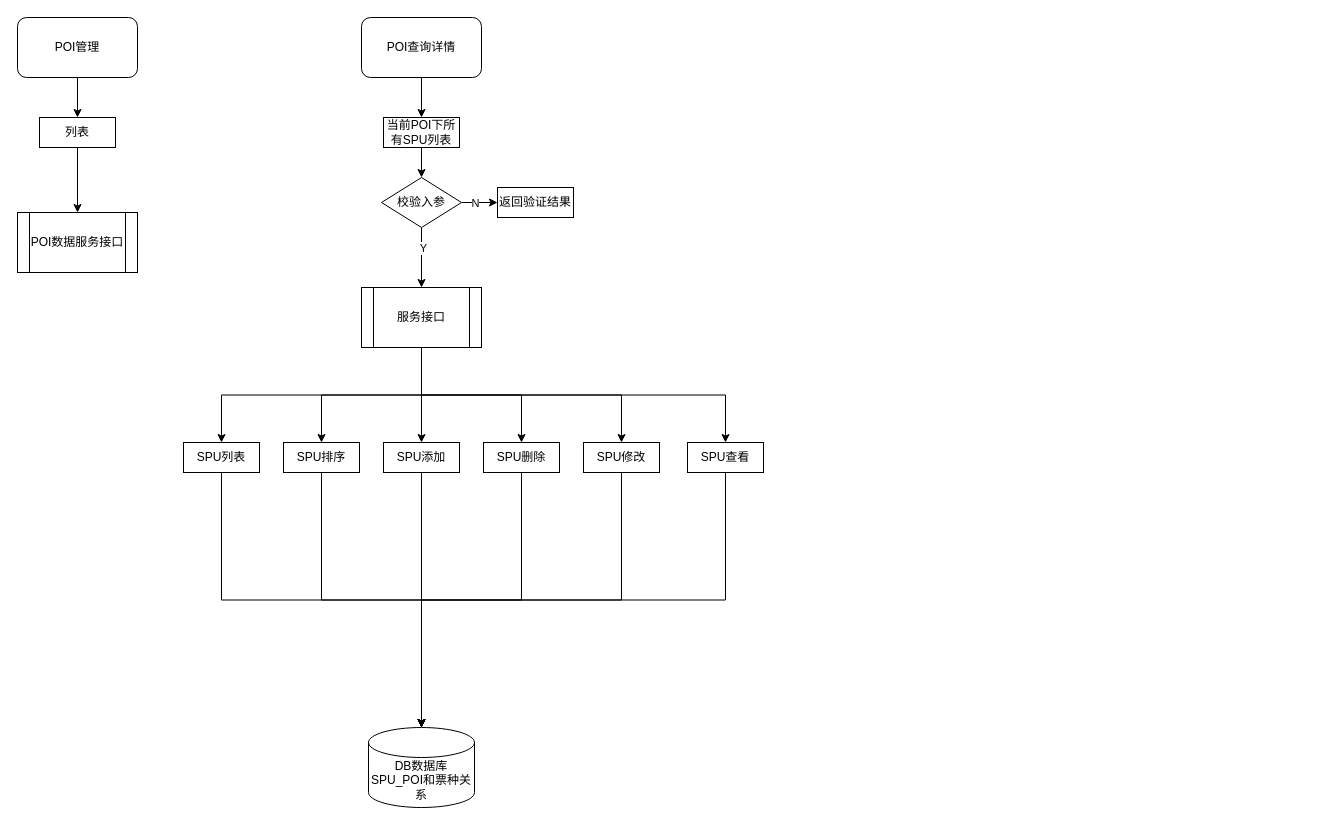
The draw.io diagram page "POI管理" (2 of 2) of tour-product.drawio in liqiang0113/Project, before the edit. Source tidied: cells renumbered, new cells numbered last; positions are measured from the earlier drawing's top-left corner, leaving out a move shared by most shapes. Both pictures are drawn from the tidied source at 100%, with x=0, y=0 at pixel (17, 17).
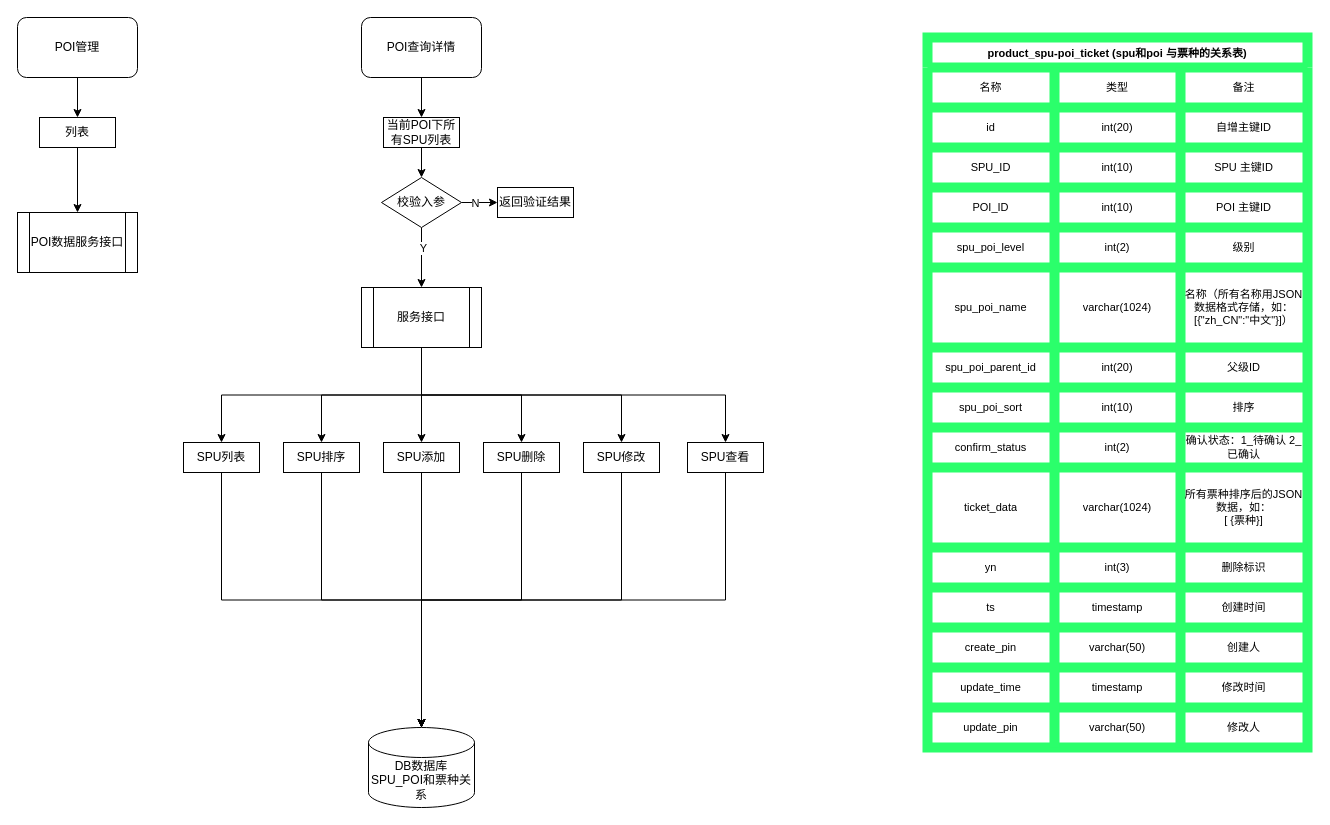
Above is the later version.

What changed in the source:
```diff
@@
+    <mxCell id="37" value="product_spu-poi_ticket (spu和poi 与票种的关系表)" style="shape=table;startSize=30;childLayout=tableLayout;fontStyle=1;align=center;shadow=0;sketch=0;fontFamily=Helvetica;fontSize=11;strokeColor=#2BFF6B;strokeWidth=10;fillColor=none;gradientColor=none;" parent="1" vertex="1">
+      <mxGeometry x="910" y="20" width="380" height="710" as="geometry" />
+    </mxCell>
+    <mxCell id="38" style="shape=tableRow;horizontal=0;startSize=0;swimlaneHead=0;swimlaneBody=0;top=0;left=0;bottom=0;right=0;fillColor=none;shadow=0;sketch=0;fontFamily=Helvetica;fontSize=11;strokeColor=#FFCCE6;strokeWidth=10;" parent="37" vertex="1">
+      <mxGeometry y="30" width="380" height="40" as="geometry" />
+    </mxCell>
+    <mxCell id="39" value="名称" style="shape=partialRectangle;html=1;whiteSpace=wrap;fillColor=none;top=0;left=0;bottom=0;right=0;overflow=hidden;shadow=0;sketch=0;fontFamily=Helvetica;fontSize=11;strokeColor=#FFCCE6;strokeWidth=10;" parent="38" vertex="1">
+      <mxGeometry width="127" height="40" as="geometry" />
+    </mxCell>
+    <mxCell id="40" value="类型" style="shape=partialRectangle;html=1;whiteSpace=wrap;fillColor=none;top=0;left=0;bottom=0;right=0;overflow=hidden;shadow=0;sketch=0;fontFamily=Helvetica;fontSize=11;strokeColor=#FFCCE6;strokeWidth=10;" parent="38" vertex="1">
+      <mxGeometry x="127" width="126" height="40" as="geometry" />
+    </mxCell>
+    <mxCell id="41" value="备注" style="shape=partialRectangle;html=1;whiteSpace=wrap;fillColor=none;top=0;left=0;bottom=0;right=0;overflow=hidden;shadow=0;sketch=0;fontFamily=Helvetica;fontSize=11;strokeColor=#FFCCE6;strokeWidth=10;" parent="38" vertex="1">
+      <mxGeometry x="253" width="127" height="40" as="geometry" />
+    </mxCell>
+    <mxCell id="42" style="shape=tableRow;horizontal=0;startSize=0;swimlaneHead=0;swimlaneBody=0;top=0;left=0;bottom=0;right=0;fillColor=none;shadow=0;sketch=0;fontFamily=Helvetica;fontSize=11;strokeColor=#FFCCE6;strokeWidth=10;" parent="37" vertex="1">
+      <mxGeometry y="70" width="380" height="40" as="geometry" />
+    </mxCell>
+    <mxCell id="43" value="id" style="shape=partialRectangle;html=1;whiteSpace=wrap;fillColor=none;top=0;left=0;bottom=0;right=0;overflow=hidden;shadow=0;sketch=0;fontFamily=Helvetica;fontSize=11;strokeColor=#FFCCE6;strokeWidth=10;" parent="42" vertex="1">
+      <mxGeometry width="127" height="40" as="geometry" />
+    </mxCell>
+    <mxCell id="44" value="int(20)" style="shape=partialRectangle;html=1;whiteSpace=wrap;fillColor=none;top=0;left=0;bottom=0;right=0;overflow=hidden;shadow=0;sketch=0;fontFamily=Helvetica;fontSize=11;strokeColor=#FFCCE6;strokeWidth=10;" parent="42" vertex="1">
+      <mxGeometry x="127" width="126" height="40" as="geometry" />
+    </mxCell>
+    <mxCell id="45" value="自增主键ID" style="shape=partialRectangle;html=1;whiteSpace=wrap;fillColor=none;top=0;left=0;bottom=0;right=0;overflow=hidden;shadow=0;sketch=0;fontFamily=Helvetica;fontSize=11;strokeColor=#FFCCE6;strokeWidth=10;" parent="42" vertex="1">
+      <mxGeometry x="253" width="127" height="40" as="geometry" />
+    </mxCell>
+    <mxCell id="46" style="shape=tableRow;horizontal=0;startSize=0;swimlaneHead=0;swimlaneBody=0;top=0;left=0;bottom=0;right=0;fillColor=none;shadow=0;sketch=0;fontFamily=Helvetica;fontSize=11;strokeColor=#FFCCE6;strokeWidth=10;" parent="37" vertex="1">
+      <mxGeometry y="110" width="380" height="40" as="geometry" />
+    </mxCell>
+    <mxCell id="47" value="SPU_ID" style="shape=partialRectangle;html=1;whiteSpace=wrap;fillColor=none;top=0;left=0;bottom=0;right=0;overflow=hidden;shadow=0;sketch=0;fontFamily=Helvetica;fontSize=11;strokeColor=#FFCCE6;strokeWidth=10;" parent="46" vertex="1">
+      <mxGeometry width="127" height="40" as="geometry" />
+    </mxCell>
+    <mxCell id="48" value="int(10)" style="shape=partialRectangle;html=1;whiteSpace=wrap;fillColor=none;top=0;left=0;bottom=0;right=0;overflow=hidden;shadow=0;sketch=0;fontFamily=Helvetica;fontSize=11;strokeColor=#FFCCE6;strokeWidth=10;" parent="46" vertex="1">
+      <mxGeometry x="127" width="126" height="40" as="geometry" />
+    </mxCell>
+    <mxCell id="49" value="SPU 主键ID" style="shape=partialRectangle;html=1;whiteSpace=wrap;fillColor=none;top=0;left=0;bottom=0;right=0;overflow=hidden;shadow=0;sketch=0;fontFamily=Helvetica;fontSize=11;strokeColor=#FFCCE6;strokeWidth=10;" parent="46" vertex="1">
+      <mxGeometry x="253" width="127" height="40" as="geometry" />
+    </mxCell>
+    <mxCell id="50" style="shape=tableRow;horizontal=0;startSize=0;swimlaneHead=0;swimlaneBody=0;top=0;left=0;bottom=0;right=0;fillColor=none;shadow=0;sketch=0;fontFamily=Helvetica;fontSize=11;strokeColor=#FFCCE6;strokeWidth=10;" parent="37" vertex="1">
+      <mxGeometry y="150" width="380" height="40" as="geometry" />
+    </mxCell>
+    <mxCell id="51" value="POI_ID" style="shape=partialRectangle;html=1;whiteSpace=wrap;fillColor=none;top=0;left=0;bottom=0;right=0;overflow=hidden;shadow=0;sketch=0;fontFamily=Helvetica;fontSize=11;strokeColor=#FFCCE6;strokeWidth=10;" parent="50" vertex="1">
+      <mxGeometry width="127" height="40" as="geometry" />
+    </mxCell>
+    <mxCell id="52" value="int(10)" style="shape=partialRectangle;html=1;whiteSpace=wrap;fillColor=none;top=0;left=0;bottom=0;right=0;overflow=hidden;shadow=0;sketch=0;fontFamily=Helvetica;fontSize=11;strokeColor=#FFCCE6;strokeWidth=10;" parent="50" vertex="1">
+      <mxGeometry x="127" width="126" height="40" as="geometry" />
+    </mxCell>
+    <mxCell id="53" value="POI 主键ID" style="shape=partialRectangle;html=1;whiteSpace=wrap;fillColor=none;top=0;left=0;bottom=0;right=0;overflow=hidden;shadow=0;sketch=0;fontFamily=Helvetica;fontSize=11;strokeColor=#FFCCE6;strokeWidth=10;" parent="50" vertex="1">
+      <mxGeometry x="253" width="127" height="40" as="geometry" />
+    </mxCell>
+    <mxCell id="54" style="shape=tableRow;horizontal=0;startSize=0;swimlaneHead=0;swimlaneBody=0;top=0;left=0;bottom=0;right=0;fillColor=none;shadow=0;sketch=0;fontFamily=Helvetica;fontSize=11;strokeColor=#FFCCE6;strokeWidth=10;" parent="37" vertex="1">
+      <mxGeometry y="190" width="380" height="40" as="geometry" />
+    </mxCell>
+    <mxCell id="55" value="spu_poi_level" style="shape=partialRectangle;html=1;whiteSpace=wrap;fillColor=none;top=0;left=0;bottom=0;right=0;overflow=hidden;shadow=0;sketch=0;fontFamily=Helvetica;fontSize=11;strokeColor=#FFCCE6;strokeWidth=10;" parent="54" vertex="1">
+      <mxGeometry width="127" height="40" as="geometry" />
+    </mxCell>
+    <mxCell id="56" value="int(2)" style="shape=partialRectangle;html=1;whiteSpace=wrap;fillColor=none;top=0;left=0;bottom=0;right=0;overflow=hidden;shadow=0;sketch=0;fontFamily=Helvetica;fontSize=11;strokeColor=#FFCCE6;strokeWidth=10;" parent="54" vertex="1">
+      <mxGeometry x="127" width="126" height="40" as="geometry" />
+    </mxCell>
+    <mxCell id="57" value="级别" style="shape=partialRectangle;html=1;whiteSpace=wrap;fillColor=none;top=0;left=0;bottom=0;right=0;overflow=hidden;shadow=0;sketch=0;fontFamily=Helvetica;fontSize=11;strokeColor=#FFCCE6;strokeWidth=10;" parent="54" vertex="1">
+      <mxGeometry x="253" width="127" height="40" as="geometry" />
+    </mxCell>
+    <mxCell id="58" style="shape=tableRow;horizontal=0;startSize=0;swimlaneHead=0;swimlaneBody=0;top=0;left=0;bottom=0;right=0;fillColor=none;shadow=0;sketch=0;fontFamily=Helvetica;fontSize=11;strokeColor=#FFCCE6;strokeWidth=10;" parent="37" vertex="1">
+      <mxGeometry y="230" width="380" height="80" as="geometry" />
+    </mxCell>
+    <mxCell id="59" value="spu_poi_name" style="shape=partialRectangle;html=1;whiteSpace=wrap;fillColor=none;top=0;left=0;bottom=0;right=0;overflow=hidden;shadow=0;sketch=0;fontFamily=Helvetica;fontSize=11;strokeColor=#FFCCE6;strokeWidth=10;" parent="58" vertex="1">
+      <mxGeometry width="127" height="80" as="geometry" />
+    </mxCell>
+    <mxCell id="60" value="varchar(1024)" style="shape=partialRectangle;html=1;whiteSpace=wrap;fillColor=none;top=0;left=0;bottom=0;right=0;overflow=hidden;shadow=0;sketch=0;fontFamily=Helvetica;fontSize=11;strokeColor=#FFCCE6;strokeWidth=10;" parent="58" vertex="1">
+      <mxGeometry x="127" width="126" height="80" as="geometry" />
+    </mxCell>
+    <mxCell id="61" value="名称（所有名称用JSON数据格式存储，如：[{&quot;zh_CN&quot;:&quot;中文&quot;}]）" style="shape=partialRectangle;html=1;whiteSpace=wrap;fillColor=none;top=0;left=0;bottom=0;right=0;overflow=hidden;shadow=0;sketch=0;fontFamily=Helvetica;fontSize=11;strokeColor=#FFCCE6;strokeWidth=10;" parent="58" vertex="1">
+      <mxGeometry x="253" width="127" height="80" as="geometry" />
+    </mxCell>
+    <mxCell id="62" style="shape=tableRow;horizontal=0;startSize=0;swimlaneHead=0;swimlaneBody=0;top=0;left=0;bottom=0;right=0;fillColor=none;shadow=0;sketch=0;fontFamily=Helvetica;fontSize=11;strokeColor=#FFCCE6;strokeWidth=10;" parent="37" vertex="1">
+      <mxGeometry y="310" width="380" height="40" as="geometry" />
+    </mxCell>
+    <mxCell id="63" value="spu_poi_parent_id" style="shape=partialRectangle;html=1;whiteSpace=wrap;fillColor=none;top=0;left=0;bottom=0;right=0;overflow=hidden;shadow=0;sketch=0;fontFamily=Helvetica;fontSize=11;strokeColor=#FFCCE6;strokeWidth=10;" parent="62" vertex="1">
+      <mxGeometry width="127" height="40" as="geometry" />
+    </mxCell>
+    <mxCell id="64" value="int(20)" style="shape=partialRectangle;html=1;whiteSpace=wrap;fillColor=none;top=0;left=0;bottom=0;right=0;overflow=hidden;shadow=0;sketch=0;fontFamily=Helvetica;fontSize=11;strokeColor=#FFCCE6;strokeWidth=10;" parent="62" vertex="1">
+      <mxGeometry x="127" width="126" height="40" as="geometry" />
+    </mxCell>
+    <mxCell id="65" value="父级ID" style="shape=partialRectangle;html=1;whiteSpace=wrap;fillColor=none;top=0;left=0;bottom=0;right=0;overflow=hidden;shadow=0;sketch=0;fontFamily=Helvetica;fontSize=11;strokeColor=#FFCCE6;strokeWidth=10;" parent="62" vertex="1">
+      <mxGeometry x="253" width="127" height="40" as="geometry" />
+    </mxCell>
+    <mxCell id="66" style="shape=tableRow;horizontal=0;startSize=0;swimlaneHead=0;swimlaneBody=0;top=0;left=0;bottom=0;right=0;fillColor=none;shadow=0;sketch=0;fontFamily=Helvetica;fontSize=11;strokeColor=#FFCCE6;strokeWidth=10;" parent="37" vertex="1">
+      <mxGeometry y="350" width="380" height="40" as="geometry" />
+    </mxCell>
+    <mxCell id="67" value="spu_poi_sort" style="shape=partialRectangle;html=1;whiteSpace=wrap;fillColor=none;top=0;left=0;bottom=0;right=0;overflow=hidden;shadow=0;sketch=0;fontFamily=Helvetica;fontSize=11;strokeColor=#FFCCE6;strokeWidth=10;" parent="66" vertex="1">
+      <mxGeometry width="127" height="40" as="geometry" />
+    </mxCell>
+    <mxCell id="68" value="int(10)" style="shape=partialRectangle;html=1;whiteSpace=wrap;fillColor=none;top=0;left=0;bottom=0;right=0;overflow=hidden;shadow=0;sketch=0;fontFamily=Helvetica;fontSize=11;strokeColor=#FFCCE6;strokeWidth=10;" parent="66" vertex="1">
+      <mxGeometry x="127" width="126" height="40" as="geometry" />
+    </mxCell>
+    <mxCell id="69" value="排序" style="shape=partialRectangle;html=1;whiteSpace=wrap;fillColor=none;top=0;left=0;bottom=0;right=0;overflow=hidden;shadow=0;sketch=0;fontFamily=Helvetica;fontSize=11;strokeColor=#FFCCE6;strokeWidth=10;" parent="66" vertex="1">
+      <mxGeometry x="253" width="127" height="40" as="geometry" />
+    </mxCell>
+    <mxCell id="70" style="shape=tableRow;horizontal=0;startSize=0;swimlaneHead=0;swimlaneBody=0;top=0;left=0;bottom=0;right=0;fillColor=none;shadow=0;sketch=0;fontFamily=Helvetica;fontSize=11;strokeColor=#FFCCE6;strokeWidth=10;" parent="37" vertex="1">
+      <mxGeometry y="390" width="380" height="40" as="geometry" />
+    </mxCell>
+    <mxCell id="71" value="&lt;span style=&quot;font-size: 11px;&quot;&gt;confirm_status&lt;/span&gt;" style="shape=partialRectangle;html=1;whiteSpace=wrap;fillColor=none;top=0;left=0;bottom=0;right=0;overflow=hidden;shadow=0;sketch=0;fontFamily=Helvetica;fontSize=11;strokeColor=#FFCCE6;strokeWidth=10;" parent="70" vertex="1">
+      <mxGeometry width="127" height="40" as="geometry" />
+    </mxCell>
+    <mxCell id="72" value="int(2)" style="shape=partialRectangle;html=1;whiteSpace=wrap;fillColor=none;top=0;left=0;bottom=0;right=0;overflow=hidden;shadow=0;sketch=0;fontFamily=Helvetica;fontSize=11;strokeColor=#FFCCE6;strokeWidth=10;" parent="70" vertex="1">
+      <mxGeometry x="127" width="126" height="40" as="geometry" />
+    </mxCell>
+    <mxCell id="73" value="确认状态：1_待确认 2_已确认" style="shape=partialRectangle;html=1;whiteSpace=wrap;fillColor=none;top=0;left=0;bottom=0;right=0;overflow=hidden;shadow=0;sketch=0;fontFamily=Helvetica;fontSize=11;strokeColor=#FFCCE6;strokeWidth=10;" parent="70" vertex="1">
+      <mxGeometry x="253" width="127" height="40" as="geometry" />
+    </mxCell>
+    <mxCell id="74" style="shape=tableRow;horizontal=0;startSize=0;swimlaneHead=0;swimlaneBody=0;top=0;left=0;bottom=0;right=0;fillColor=none;shadow=0;sketch=0;fontFamily=Helvetica;fontSize=11;strokeColor=#FFCCE6;strokeWidth=10;" parent="37" vertex="1">
+      <mxGeometry y="430" width="380" height="80" as="geometry" />
+    </mxCell>
+    <mxCell id="75" value="ticket_data" style="shape=partialRectangle;html=1;whiteSpace=wrap;fillColor=none;top=0;left=0;bottom=0;right=0;overflow=hidden;shadow=0;sketch=0;fontFamily=Helvetica;fontSize=11;strokeColor=#FFCCE6;strokeWidth=10;" parent="74" vertex="1">
+      <mxGeometry width="127" height="80" as="geometry" />
+    </mxCell>
+    <mxCell id="76" value="varchar(1024)" style="shape=partialRectangle;html=1;whiteSpace=wrap;fillColor=none;top=0;left=0;bottom=0;right=0;overflow=hidden;shadow=0;sketch=0;fontFamily=Helvetica;fontSize=11;strokeColor=#FFCCE6;strokeWidth=10;" parent="74" vertex="1">
+      <mxGeometry x="127" width="126" height="80" as="geometry" />
+    </mxCell>
+    <mxCell id="77" value="所有票种排序后的JSON数据，如：&lt;br&gt;[ {票种}]" style="shape=partialRectangle;html=1;whiteSpace=wrap;fillColor=none;top=0;left=0;bottom=0;right=0;overflow=hidden;shadow=0;sketch=0;fontFamily=Helvetica;fontSize=11;strokeColor=#FFCCE6;strokeWidth=10;" parent="74" vertex="1">
+      <mxGeometry x="253" width="127" height="80" as="geometry" />
+    </mxCell>
+    <mxCell id="78" style="shape=tableRow;horizontal=0;startSize=0;swimlaneHead=0;swimlaneBody=0;top=0;left=0;bottom=0;right=0;fillColor=none;shadow=0;sketch=0;fontFamily=Helvetica;fontSize=11;strokeColor=#FFCCE6;strokeWidth=10;" parent="37" vertex="1">
+      <mxGeometry y="510" width="380" height="40" as="geometry" />
+    </mxCell>
+    <mxCell id="79" value="yn" style="shape=partialRectangle;html=1;whiteSpace=wrap;fillColor=none;top=0;left=0;bottom=0;right=0;overflow=hidden;shadow=0;sketch=0;fontFamily=Helvetica;fontSize=11;strokeColor=#FFCCE6;strokeWidth=10;" parent="78" vertex="1">
+      <mxGeometry width="127" height="40" as="geometry" />
+    </mxCell>
+    <mxCell id="80" value="int(3)" style="shape=partialRectangle;html=1;whiteSpace=wrap;fillColor=none;top=0;left=0;bottom=0;right=0;overflow=hidden;shadow=0;sketch=0;fontFamily=Helvetica;fontSize=11;strokeColor=#FFCCE6;strokeWidth=10;" parent="78" vertex="1">
+      <mxGeometry x="127" width="126" height="40" as="geometry" />
+    </mxCell>
+    <mxCell id="81" value="删除标识" style="shape=partialRectangle;html=1;whiteSpace=wrap;fillColor=none;top=0;left=0;bottom=0;right=0;overflow=hidden;shadow=0;sketch=0;fontFamily=Helvetica;fontSize=11;strokeColor=#FFCCE6;strokeWidth=10;" parent="78" vertex="1">
+      <mxGeometry x="253" width="127" height="40" as="geometry" />
+    </mxCell>
+    <mxCell id="82" style="shape=tableRow;horizontal=0;startSize=0;swimlaneHead=0;swimlaneBody=0;top=0;left=0;bottom=0;right=0;fillColor=none;shadow=0;sketch=0;fontFamily=Helvetica;fontSize=11;strokeColor=#FFCCE6;strokeWidth=10;" parent="37" vertex="1">
+      <mxGeometry y="550" width="380" height="40" as="geometry" />
+    </mxCell>
+    <mxCell id="83" value="ts" style="shape=partialRectangle;html=1;whiteSpace=wrap;fillColor=none;top=0;left=0;bottom=0;right=0;overflow=hidden;shadow=0;sketch=0;fontFamily=Helvetica;fontSize=11;strokeColor=#FFCCE6;strokeWidth=10;" parent="82" vertex="1">
+      <mxGeometry width="127" height="40" as="geometry" />
+    </mxCell>
+    <mxCell id="84" value="timestamp" style="shape=partialRectangle;html=1;whiteSpace=wrap;fillColor=none;top=0;left=0;bottom=0;right=0;overflow=hidden;shadow=0;sketch=0;fontFamily=Helvetica;fontSize=11;strokeColor=#FFCCE6;strokeWidth=10;" parent="82" vertex="1">
+      <mxGeometry x="127" width="126" height="40" as="geometry" />
+    </mxCell>
+    <mxCell id="85" value="创建时间" style="shape=partialRectangle;html=1;whiteSpace=wrap;fillColor=none;top=0;left=0;bottom=0;right=0;overflow=hidden;shadow=0;sketch=0;fontFamily=Helvetica;fontSize=11;strokeColor=#FFCCE6;strokeWidth=10;" parent="82" vertex="1">
+      <mxGeometry x="253" width="127" height="40" as="geometry" />
+    </mxCell>
+    <mxCell id="86" style="shape=tableRow;horizontal=0;startSize=0;swimlaneHead=0;swimlaneBody=0;top=0;left=0;bottom=0;right=0;fillColor=none;shadow=0;sketch=0;fontFamily=Helvetica;fontSize=11;strokeColor=#FFCCE6;strokeWidth=10;" parent="37" vertex="1">
+      <mxGeometry y="590" width="380" height="40" as="geometry" />
+    </mxCell>
+    <mxCell id="87" value="create_pin" style="shape=partialRectangle;html=1;whiteSpace=wrap;fillColor=none;top=0;left=0;bottom=0;right=0;overflow=hidden;shadow=0;sketch=0;fontFamily=Helvetica;fontSize=11;strokeColor=#FFCCE6;strokeWidth=10;" parent="86" vertex="1">
+      <mxGeometry width="127" height="40" as="geometry" />
+    </mxCell>
+    <mxCell id="88" value="varchar(50)" style="shape=partialRectangle;html=1;whiteSpace=wrap;fillColor=none;top=0;left=0;bottom=0;right=0;overflow=hidden;shadow=0;sketch=0;fontFamily=Helvetica;fontSize=11;strokeColor=#FFCCE6;strokeWidth=10;" parent="86" vertex="1">
+      <mxGeometry x="127" width="126" height="40" as="geometry" />
+    </mxCell>
+    <mxCell id="89" value="创建人" style="shape=partialRectangle;html=1;whiteSpace=wrap;fillColor=none;top=0;left=0;bottom=0;right=0;overflow=hidden;shadow=0;sketch=0;fontFamily=Helvetica;fontSize=11;strokeColor=#FFCCE6;strokeWidth=10;" parent="86" vertex="1">
+      <mxGeometry x="253" width="127" height="40" as="geometry" />
+    </mxCell>
+    <mxCell id="90" style="shape=tableRow;horizontal=0;startSize=0;swimlaneHead=0;swimlaneBody=0;top=0;left=0;bottom=0;right=0;fillColor=none;shadow=0;sketch=0;fontFamily=Helvetica;fontSize=11;strokeColor=#FFCCE6;strokeWidth=10;" parent="37" vertex="1">
+      <mxGeometry y="630" width="380" height="40" as="geometry" />
+    </mxCell>
+    <mxCell id="91" value="update_time" style="shape=partialRectangle;html=1;whiteSpace=wrap;fillColor=none;top=0;left=0;bottom=0;right=0;overflow=hidden;shadow=0;sketch=0;fontFamily=Helvetica;fontSize=11;strokeColor=#FFCCE6;strokeWidth=10;" parent="90" vertex="1">
+      <mxGeometry width="127" height="40" as="geometry" />
+    </mxCell>
+    <mxCell id="92" value="timestamp" style="shape=partialRectangle;html=1;whiteSpace=wrap;fillColor=none;top=0;left=0;bottom=0;right=0;overflow=hidden;shadow=0;sketch=0;fontFamily=Helvetica;fontSize=11;strokeColor=#FFCCE6;strokeWidth=10;" parent="90" vertex="1">
+      <mxGeometry x="127" width="126" height="40" as="geometry" />
+    </mxCell>
+    <mxCell id="93" value="修改时间" style="shape=partialRectangle;html=1;whiteSpace=wrap;fillColor=none;top=0;left=0;bottom=0;right=0;overflow=hidden;shadow=0;sketch=0;fontFamily=Helvetica;fontSize=11;strokeColor=#FFCCE6;strokeWidth=10;" parent="90" vertex="1">
+      <mxGeometry x="253" width="127" height="40" as="geometry" />
+    </mxCell>
+    <mxCell id="94" style="shape=tableRow;horizontal=0;startSize=0;swimlaneHead=0;swimlaneBody=0;top=0;left=0;bottom=0;right=0;fillColor=none;shadow=0;sketch=0;fontFamily=Helvetica;fontSize=11;strokeColor=#FFCCE6;strokeWidth=10;" parent="37" vertex="1">
+      <mxGeometry y="670" width="380" height="40" as="geometry" />
+    </mxCell>
+    <mxCell id="95" value="update_pin" style="shape=partialRectangle;html=1;whiteSpace=wrap;fillColor=none;top=0;left=0;bottom=0;right=0;overflow=hidden;shadow=0;sketch=0;fontFamily=Helvetica;fontSize=11;strokeColor=#FFCCE6;strokeWidth=10;" parent="94" vertex="1">
+      <mxGeometry width="127" height="40" as="geometry" />
+    </mxCell>
+    <mxCell id="96" value="varchar(50)" style="shape=partialRectangle;html=1;whiteSpace=wrap;fillColor=none;top=0;left=0;bottom=0;right=0;overflow=hidden;shadow=0;sketch=0;fontFamily=Helvetica;fontSize=11;strokeColor=#FFCCE6;strokeWidth=10;" parent="94" vertex="1">
+      <mxGeometry x="127" width="126" height="40" as="geometry" />
+    </mxCell>
+    <mxCell id="97" value="修改人" style="shape=partialRectangle;html=1;whiteSpace=wrap;fillColor=none;top=0;left=0;bottom=0;right=0;overflow=hidden;shadow=0;sketch=0;fontFamily=Helvetica;fontSize=11;strokeColor=#FFCCE6;strokeWidth=10;" parent="94" vertex="1">
+      <mxGeometry x="253" width="127" height="40" as="geometry" />
+    </mxCell>
```
